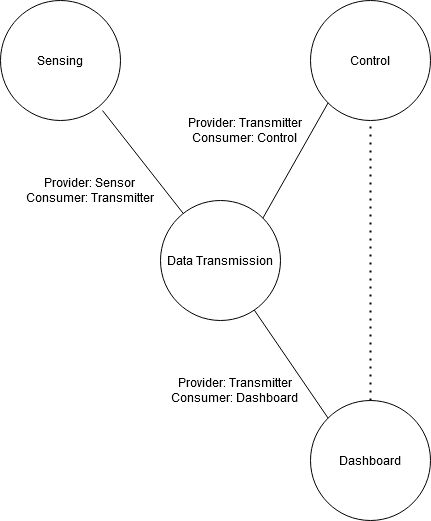
shadow17t/matkul_pabo keeps this draw.io diagram as Untitled Diagram.png. Above is the earlier version. Source tidied: cells renumbered, new cells last; positions are measured from the earlier drawing's top-left corner, leaving out a move shared by most shapes.
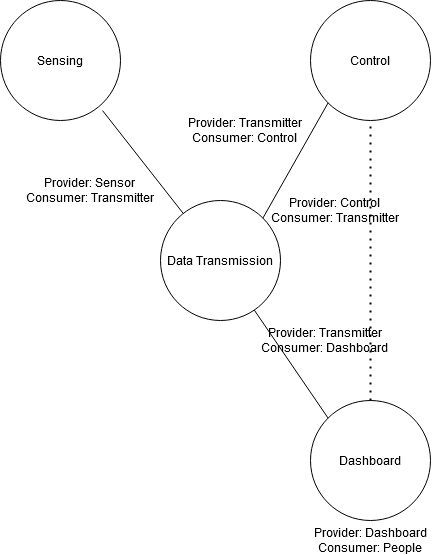
After the change.

Change to the diagram source:
```diff
@@ -32,8 +32,14 @@
     <mxCell id="11" style="endArrow=none;dashed=1;html=1;dashPattern=1 3;strokeWidth=2;entryX=0.5;entryY=1;entryDx=0;entryDy=0;exitX=0.5;exitY=0;exitDx=0;exitDy=0;" parent="1" edge="1" source="4" target="3">
       <mxGeometry relative="1" as="geometry" />
     </mxCell>
-    <mxCell id="12" value="&lt;div&gt;Provider: Transmitter&lt;/div&gt;&lt;div&gt;Consumer: Dashboard&lt;br&gt;&lt;/div&gt;" style="text;html=1;strokeColor=none;fillColor=none;align=center;verticalAlign=middle;whiteSpace=wrap;rounded=0;" parent="1" vertex="1">
-      <mxGeometry x="160" y="380" width="150" height="20" as="geometry" />
+    <mxCell id="12" value="&lt;div&gt;Provider: Control&lt;/div&gt;&lt;div&gt;Consumer: Transmitter&lt;br&gt;&lt;/div&gt;" style="text;html=1;strokeColor=none;fillColor=none;align=center;verticalAlign=middle;whiteSpace=wrap;rounded=0;" parent="1" vertex="1">
+      <mxGeometry x="260" y="200" width="150" height="20" as="geometry" />
     </mxCell>
+    <mxCell id="13" value="&lt;div&gt;Provider: Dashboard&lt;/div&gt;&lt;div&gt;Consumer: People&lt;br&gt;&lt;/div&gt;" style="text;html=1;strokeColor=none;fillColor=none;align=center;verticalAlign=middle;whiteSpace=wrap;rounded=0;" parent="1" vertex="1">
+      <mxGeometry x="295" y="530" width="150" height="20" as="geometry" />
+    </mxCell>
+    <mxCell id="14" value="&lt;div&gt;Provider: Transmitter&lt;/div&gt;&lt;div&gt;Consumer: Dashboard&lt;br&gt;&lt;/div&gt;" style="text;html=1;strokeColor=none;fillColor=none;align=center;verticalAlign=middle;whiteSpace=wrap;rounded=0;" parent="1" vertex="1">
+      <mxGeometry x="250" y="330" width="150" height="20" as="geometry" />
+    </mxCell>
   </root>
 </mxGraphModel>
```
